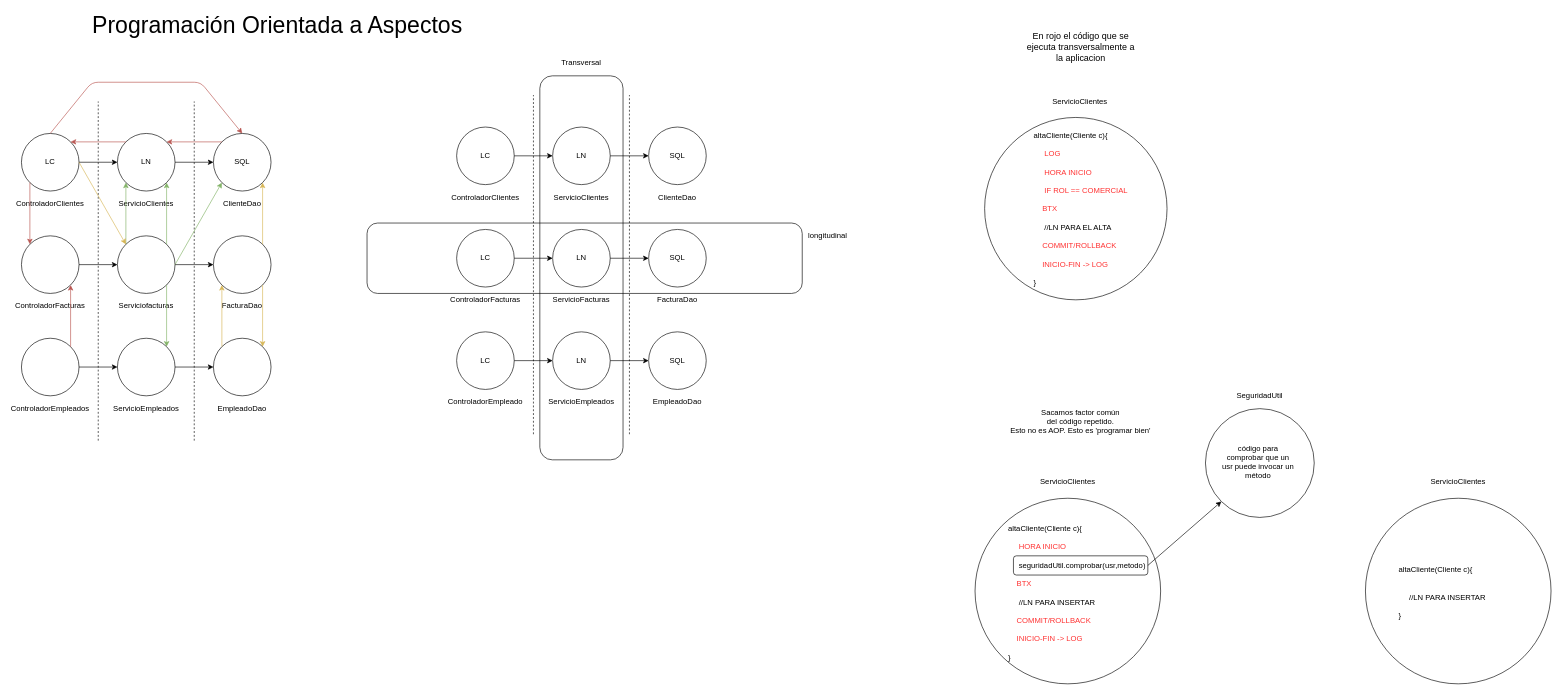
The draw.io diagram page "3-AOP" (3 of 33) of seguridad.drawio in lrag/seguridad_java, before the edit. Source tidied: cells renumbered, new cells numbered last; positions are measured from the earlier drawing's top-left corner, leaving out a move shared by most shapes. Both pictures are drawn from the tidied source at 64%, with x=0, y=0 at pixel (21, 18).
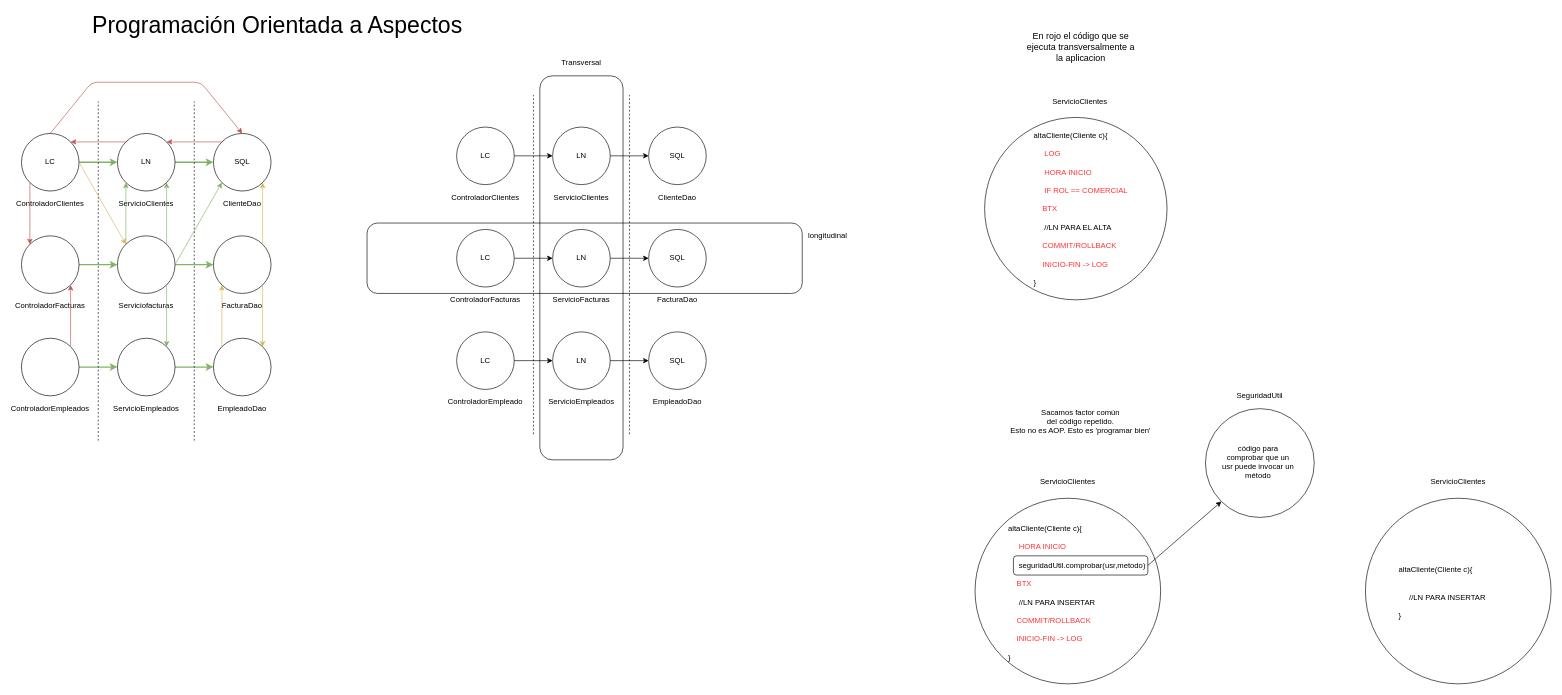
The same diagram, later.

Unchanged cells that the change refers to:
```xml
<mxCell id="6" value="LC" style="ellipse;whiteSpace=wrap;html=1;strokeColor=#000000;strokeWidth=1;fillColor=none;" parent="1" vertex="1">
  <mxGeometry y="180" width="90" height="90" as="geometry" />
</mxCell>
<mxCell id="8" value="LN" style="ellipse;whiteSpace=wrap;html=1;strokeColor=#000000;strokeWidth=1;fillColor=none;" parent="1" vertex="1">
  <mxGeometry x="150" y="180" width="90" height="90" as="geometry" />
</mxCell>
<mxCell id="9" value="SQL" style="ellipse;whiteSpace=wrap;html=1;strokeColor=#000000;strokeWidth=1;fillColor=none;" parent="1" vertex="1">
  <mxGeometry x="300" y="180" width="90" height="90" as="geometry" />
</mxCell>
<mxCell id="11" style="ellipse;whiteSpace=wrap;html=1;strokeColor=#000000;strokeWidth=1;fillColor=none;" parent="1" vertex="1">
  <mxGeometry y="340" width="90" height="90" as="geometry" />
</mxCell>
<mxCell id="13" style="ellipse;whiteSpace=wrap;html=1;strokeColor=#000000;strokeWidth=1;fillColor=none;" parent="1" vertex="1">
  <mxGeometry x="150" y="340" width="90" height="90" as="geometry" />
</mxCell>
<mxCell id="14" style="ellipse;whiteSpace=wrap;html=1;strokeColor=#000000;strokeWidth=1;fillColor=none;" parent="1" vertex="1">
  <mxGeometry x="300" y="340" width="90" height="90" as="geometry" />
</mxCell>
<mxCell id="16" style="ellipse;whiteSpace=wrap;html=1;strokeColor=#000000;strokeWidth=1;fillColor=none;" parent="1" vertex="1">
  <mxGeometry y="500" width="90" height="90" as="geometry" />
</mxCell>
<mxCell id="18" style="ellipse;whiteSpace=wrap;html=1;strokeColor=#000000;strokeWidth=1;fillColor=none;" parent="1" vertex="1">
  <mxGeometry x="150" y="500" width="90" height="90" as="geometry" />
</mxCell>
<mxCell id="19" style="ellipse;whiteSpace=wrap;html=1;strokeColor=#000000;strokeWidth=1;fillColor=none;" parent="1" vertex="1">
  <mxGeometry x="300" y="500" width="90" height="90" as="geometry" />
</mxCell>
```

What changed in the source:
```diff
@@
-    <mxCell id="5" style="edgeStyle=orthogonalEdgeStyle;rounded=0;jettySize=auto;html=1;strokeWidth=1;" parent="1" edge="1" source="6" target="8">
+    <mxCell id="5" style="edgeStyle=orthogonalEdgeStyle;rounded=0;jettySize=auto;html=1;strokeWidth=2;fillColor=#d5e8d4;strokeColor=#82b366;" parent="1" edge="1" source="6" target="8">
       <mxGeometry relative="1" as="geometry" />
     </mxCell>
@@
-    <mxCell id="7" style="edgeStyle=orthogonalEdgeStyle;rounded=0;jettySize=auto;html=1;entryX=0;entryY=0.5;entryDx=0;entryDy=0;strokeWidth=1;" parent="1" edge="1" source="8" target="9">
+    <mxCell id="7" style="edgeStyle=orthogonalEdgeStyle;rounded=0;jettySize=auto;html=1;entryX=0;entryY=0.5;entryDx=0;entryDy=0;strokeWidth=2;fillColor=#d5e8d4;strokeColor=#82b366;" parent="1" edge="1" source="8" target="9">
       <mxGeometry relative="1" as="geometry" />
     </mxCell>
@@
-    <mxCell id="10" style="edgeStyle=orthogonalEdgeStyle;rounded=0;jettySize=auto;html=1;entryX=0;entryY=0.5;entryDx=0;entryDy=0;strokeWidth=1;" parent="1" edge="1" source="11" target="13">
+    <mxCell id="10" style="edgeStyle=orthogonalEdgeStyle;rounded=0;jettySize=auto;html=1;entryX=0;entryY=0.5;entryDx=0;entryDy=0;strokeWidth=2;fillColor=#d5e8d4;strokeColor=#82b366;" parent="1" edge="1" source="11" target="13">
       <mxGeometry relative="1" as="geometry" />
     </mxCell>
@@
-    <mxCell id="12" style="edgeStyle=orthogonalEdgeStyle;rounded=0;jettySize=auto;html=1;strokeWidth=1;" parent="1" edge="1" source="13" target="14">
+    <mxCell id="12" style="edgeStyle=orthogonalEdgeStyle;rounded=0;jettySize=auto;html=1;strokeWidth=2;fillColor=#d5e8d4;strokeColor=#82b366;" parent="1" edge="1" source="13" target="14">
       <mxGeometry relative="1" as="geometry" />
     </mxCell>
@@
-    <mxCell id="15" style="edgeStyle=orthogonalEdgeStyle;rounded=0;jettySize=auto;html=1;strokeWidth=1;" parent="1" edge="1" source="16" target="18">
+    <mxCell id="15" style="edgeStyle=orthogonalEdgeStyle;rounded=0;jettySize=auto;html=1;strokeWidth=2;fillColor=#d5e8d4;strokeColor=#82b366;" parent="1" edge="1" source="16" target="18">
       <mxGeometry relative="1" as="geometry" />
     </mxCell>
@@
-    <mxCell id="17" style="edgeStyle=orthogonalEdgeStyle;rounded=0;jettySize=auto;html=1;entryX=0;entryY=0.5;entryDx=0;entryDy=0;strokeWidth=1;" parent="1" edge="1" source="18" target="19">
+    <mxCell id="17" style="edgeStyle=orthogonalEdgeStyle;rounded=0;jettySize=auto;html=1;entryX=0;entryY=0.5;entryDx=0;entryDy=0;strokeWidth=2;fillColor=#d5e8d4;strokeColor=#82b366;" parent="1" edge="1" source="18" target="19">
       <mxGeometry relative="1" as="geometry" />
     </mxCell>
```
